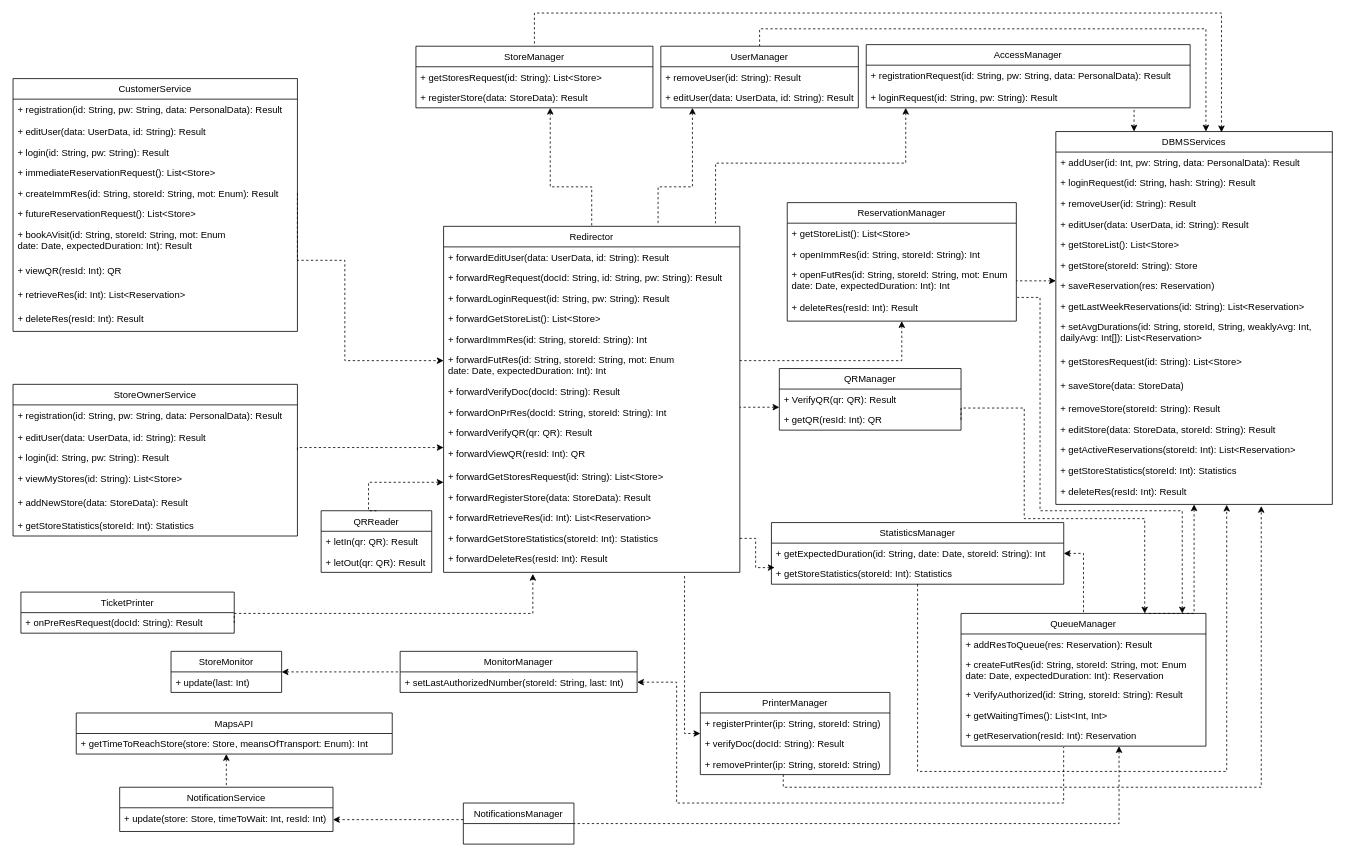
Earlier version of the draw.io diagram DD/Images/ComponentInterfaces.drawio (StefanoAzzone/AbelliAzzone). Source tidied: cells renumbered, new cells numbered last; positions are measured from the earlier drawing's top-left corner, leaving out a move shared by most shapes. Both pictures are drawn from the tidied source at 79%, with x=0, y=0 at pixel (13, 13).
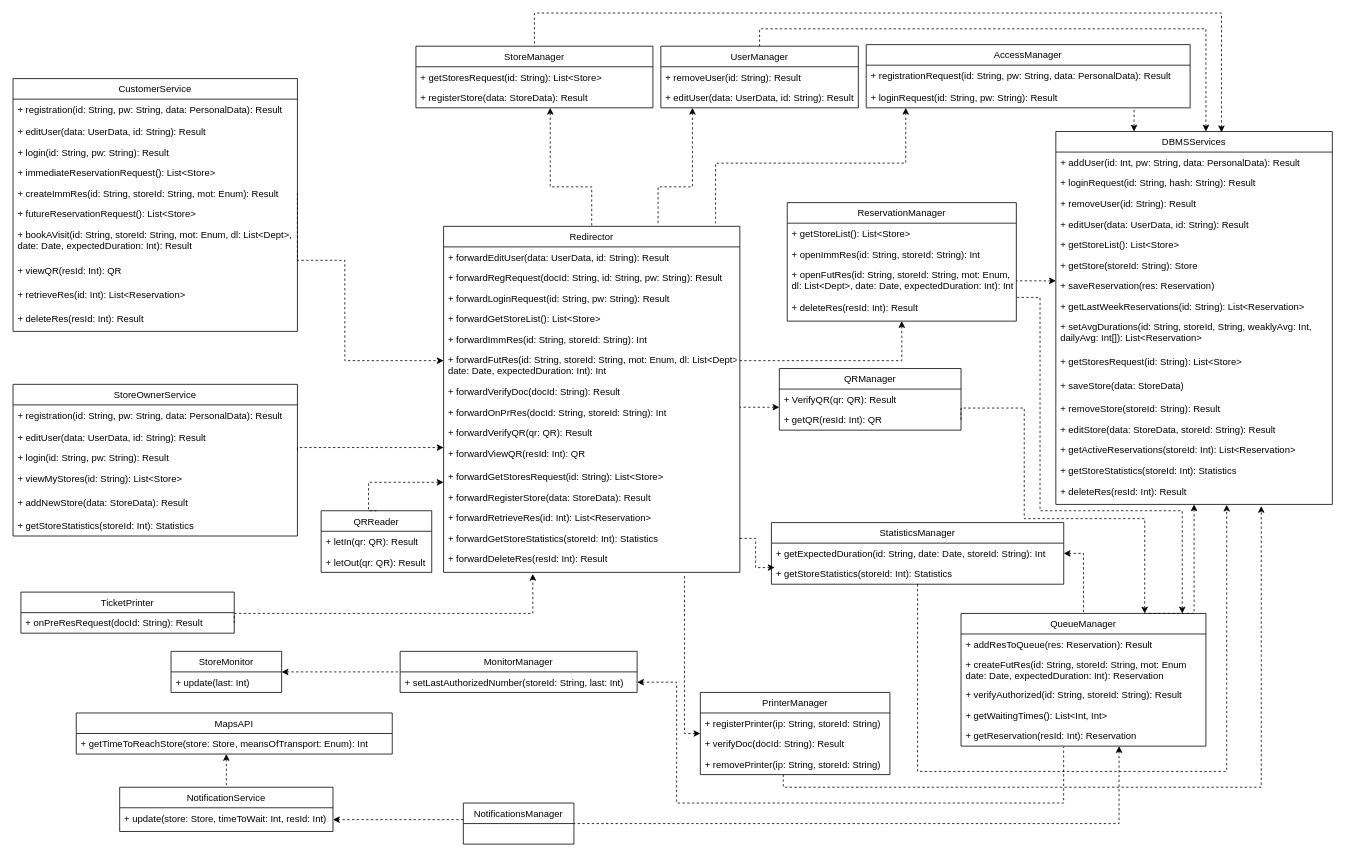
The same page after the edit.

The change refers to these unchanged cells:
```xml
<mxCell id="4" value="Redirector" style="swimlane;fontStyle=0;horizontal=1;startSize=26;fillColor=none;" parent="1" vertex="1">
  <mxGeometry x="545" y="270" width="375" height="438" as="geometry" />
</mxCell>
<mxCell id="33" value="ReservationManager" style="swimlane;fontStyle=0;horizontal=1;startSize=26;fillColor=none;" parent="1" vertex="1">
  <mxGeometry x="980" y="240" width="290" height="150" as="geometry" />
</mxCell>
<mxCell id="96" value="QueueManager" style="swimlane;fontStyle=0;horizontal=1;startSize=26;fillColor=none;" parent="1" vertex="1">
  <mxGeometry x="1200" y="760" width="310" height="168" as="geometry" />
</mxCell>
<mxCell id="104" value="CustomerService" style="swimlane;fontStyle=0;horizontal=1;startSize=26;fillColor=none;" parent="1" vertex="1">
  <mxGeometry y="83" width="360" height="320" as="geometry" />
</mxCell>
```

The edit, as a diff of the source:
```diff
@@
-    <mxCell id="10" value="+ forwardFutRes(id: String, storeId: String, mot: Enum&#10;date: Date, expectedDuration: Int): Int" style="text;strokeColor=none;fillColor=none;align=left;verticalAlign=top;spacingLeft=4;spacingRight=4;overflow=hidden;" parent="4" vertex="1">
+    <mxCell id="10" value="+ forwardFutRes(id: String, storeId: String, mot: Enum, dl: List&lt;Dept&gt;,&#10;date: Date, expectedDuration: Int): Int" style="text;strokeColor=none;fillColor=none;align=left;verticalAlign=top;spacingLeft=4;spacingRight=4;overflow=hidden;" parent="4" vertex="1">
       <mxGeometry y="156" width="375" height="40" as="geometry" />
     </mxCell>
@@
-    <mxCell id="36" value="+ openFutRes(id: String, storeId: String, mot: Enum&#10;date: Date, expectedDuration: Int): Int" style="text;strokeColor=none;fillColor=none;align=left;verticalAlign=top;spacingLeft=4;spacingRight=4;overflow=hidden;points=[[0,0.5],[1,0.5]];portConstraint=eastwest;" parent="33" vertex="1">
+    <mxCell id="36" value="+ openFutRes(id: String, storeId: String, mot: Enum,&#10;dl: List&lt;Dept&gt;, date: Date, expectedDuration: Int): Int" style="text;strokeColor=none;fillColor=none;align=left;verticalAlign=top;spacingLeft=4;spacingRight=4;overflow=hidden;points=[[0,0.5],[1,0.5]];portConstraint=eastwest;" parent="33" vertex="1">
       <mxGeometry y="78" width="290" height="42" as="geometry" />
     </mxCell>
@@
-    <mxCell id="99" value="+ VerifyAuthorized(id: String, storeId: String): Result" style="text;strokeColor=none;fillColor=none;align=left;verticalAlign=top;spacingLeft=4;spacingRight=4;overflow=hidden;" parent="96" vertex="1">
+    <mxCell id="99" value="+ verifyAuthorized(id: String, storeId: String): Result" style="text;strokeColor=none;fillColor=none;align=left;verticalAlign=top;spacingLeft=4;spacingRight=4;overflow=hidden;" parent="96" vertex="1">
       <mxGeometry y="90" width="310" height="26" as="geometry" />
     </mxCell>
@@
-    <mxCell id="111" value="+ bookAVisit(id: String, storeId: String, mot: Enum&#10;date: Date, expectedDuration: Int): Result" style="text;strokeColor=none;fillColor=none;align=left;verticalAlign=top;spacingLeft=4;spacingRight=4;overflow=hidden;" parent="104" vertex="1">
+    <mxCell id="111" value="+ bookAVisit(id: String, storeId: String, mot: Enum, dl: List&lt;Dept&gt;,&#10;date: Date, expectedDuration: Int): Result" style="text;strokeColor=none;fillColor=none;align=left;verticalAlign=top;spacingLeft=4;spacingRight=4;overflow=hidden;" parent="104" vertex="1">
       <mxGeometry y="184" width="360" height="46" as="geometry" />
     </mxCell>
```
